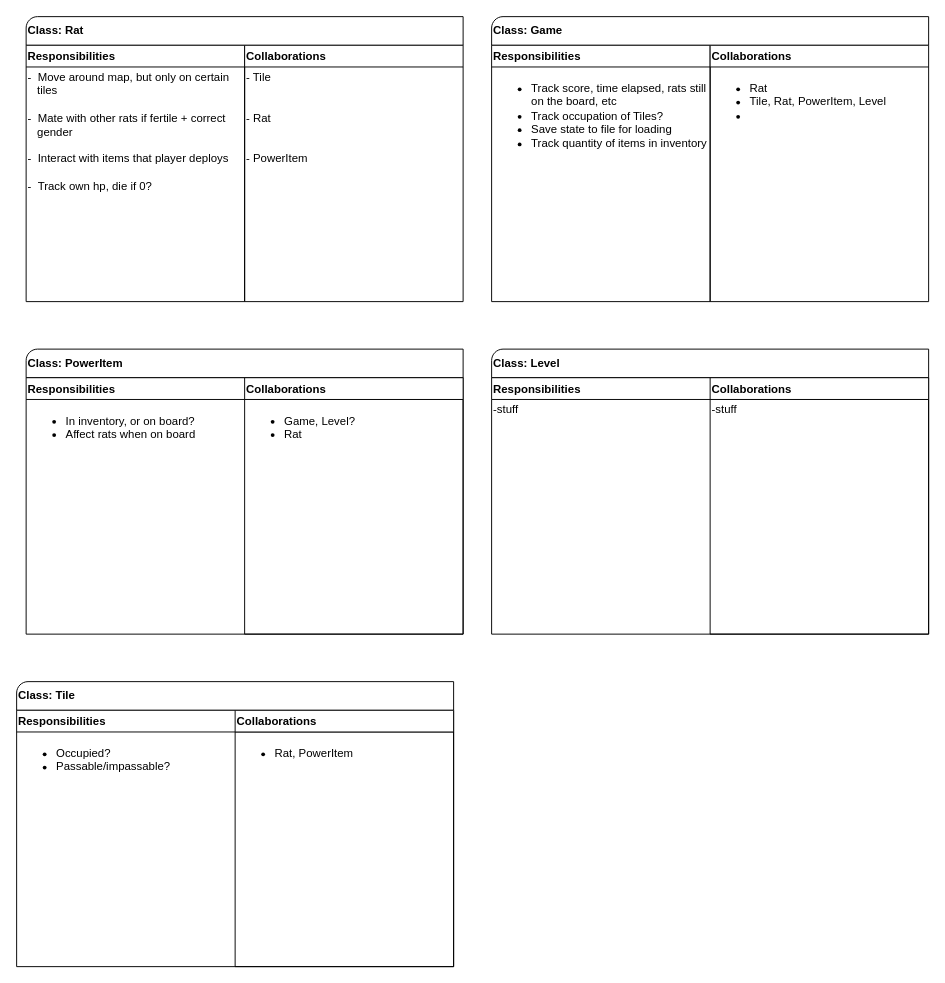
AngusJ98/Rats keeps this draw.io diagram as CRC.drawio. Above is the earlier version. Source tidied: cells renumbered, new cells numbered last; positions are measured from the earlier drawing's top-left corner, leaving out a move shared by most shapes. Both pictures are drawn from the tidied source at 95%, with x=0, y=0 at pixel (16, 16).
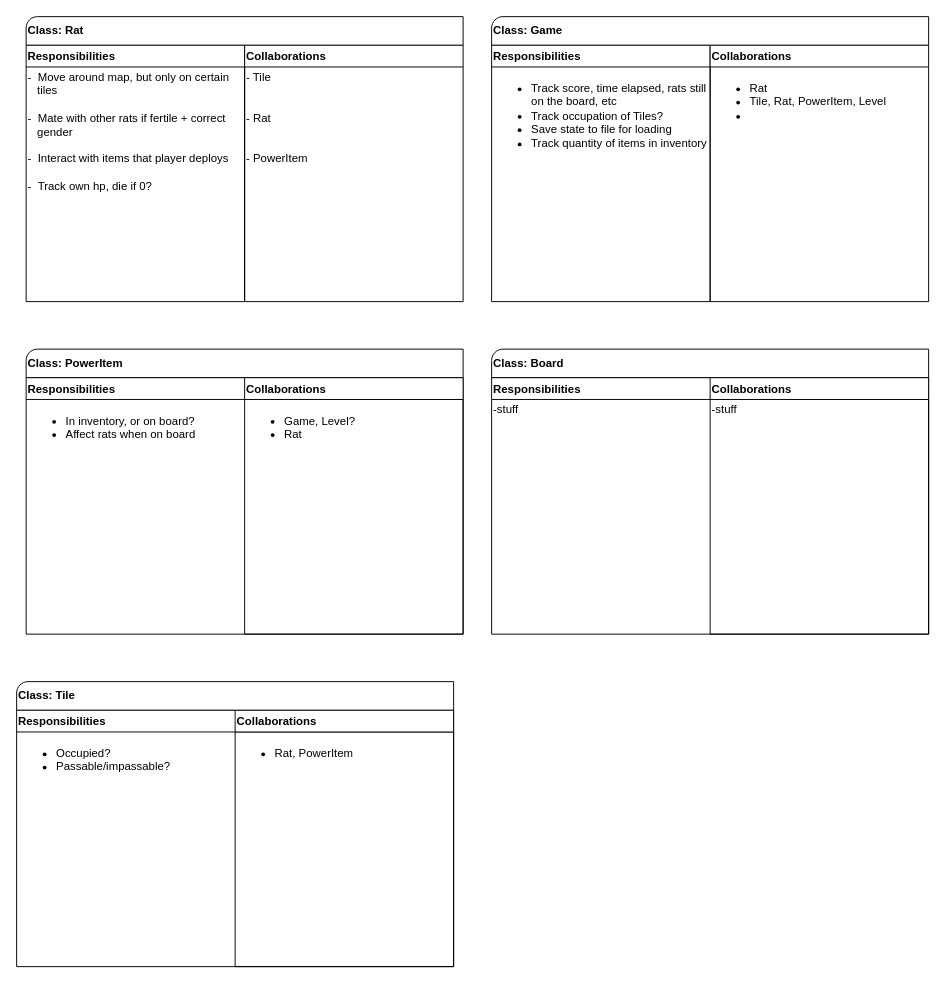
Above is the later version.

Commit message:
Update CRC.drawio; Level -> Board

The change refers to these unchanged cells:
```xml
<mxCell id="26" style="group;" parent="1" vertex="1">
  <mxGeometry x="500" y="350" width="460" height="300" as="geometry" />
</mxCell>
```

Change to the diagram source:
```diff
@@
-    <mxCell id="31" value="&lt;b&gt;Class: Level&lt;/b&gt;" style="verticalLabelPosition=middle;verticalAlign=middle;html=1;shape=mxgraph.basic.corner_round_rect;dx=6;labelPosition=center;align=left;" parent="26" vertex="1">
+    <mxCell id="31" value="&lt;b&gt;Class: Board&lt;/b&gt;" style="verticalLabelPosition=middle;verticalAlign=middle;html=1;shape=mxgraph.basic.corner_round_rect;dx=6;labelPosition=center;align=left;" parent="26" vertex="1">
       <mxGeometry width="460" height="30" as="geometry" />
     </mxCell>
```
